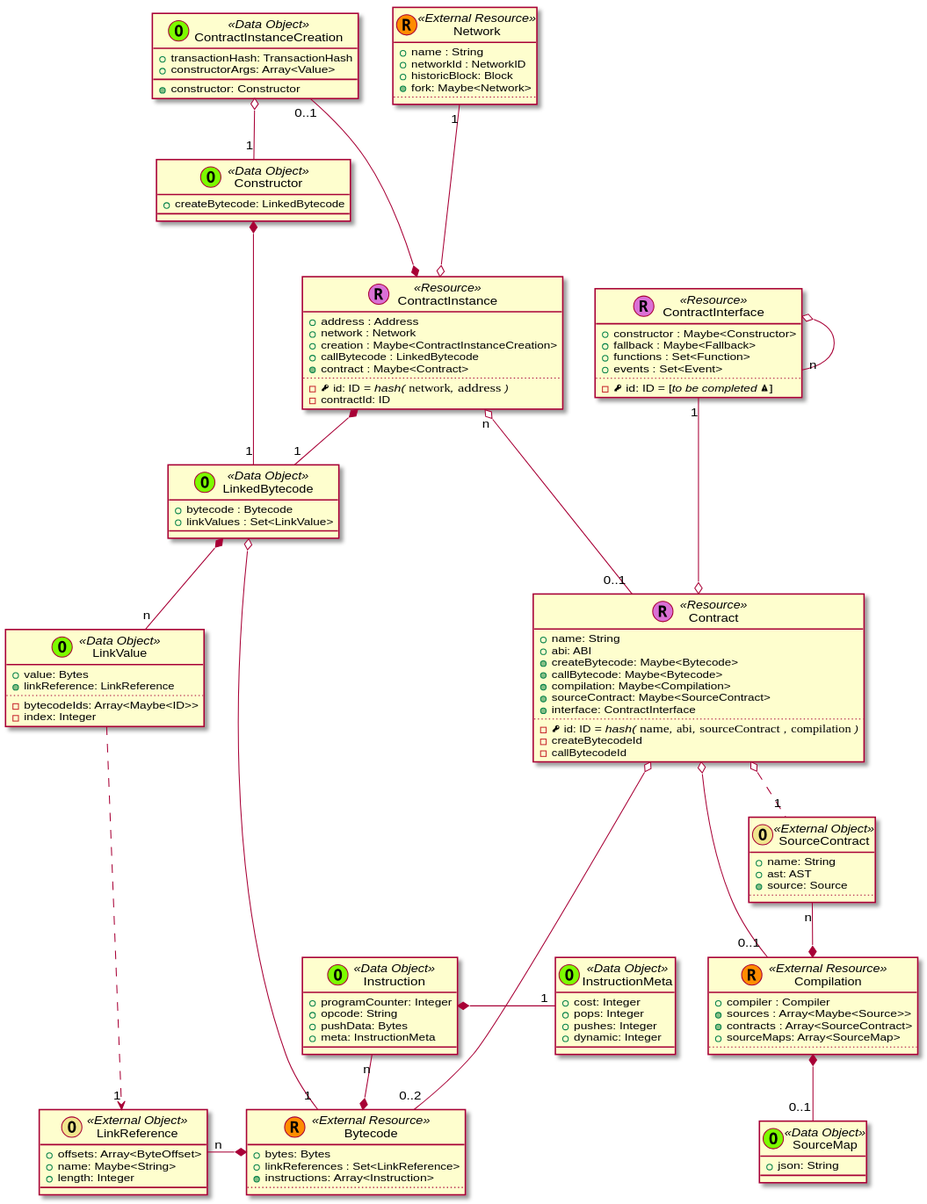
Above: _images/plantuml-b649dcaa87930366a2aff63a4e0f58b9bcdcd1de.svg in trufflesuite/artifact-updates (PlantUML), before the change. Its diagram source:
```plantuml
@startuml
scale 0.75





skinparam defaultMonospacedFontName Andale Mono





    class Contract << (R,orchid) Resource >> {
      + name: String
      + abi: ABI
      + {method} createBytecode: Maybe<Bytecode>
      + {method} callBytecode: Maybe<Bytecode>
      + {method} compilation: Maybe<Compilation>
      + {method} sourceContract: Maybe<SourceContract>
      + {method} interface: ContractInterface
      ..
      - {field} <&key> id: ID //= hash(// ""name""//,// ""abi""//,// ""sourceContract"" //,// ""compilation"" //)//
      - createBytecodeId
      - callBytecodeId
    }


  class ContractInstance << (R,orchid) Resource >> {
    + address : Address
    + network : Network
    + creation : Maybe<ContractInstanceCreation>
    + callBytecode : LinkedBytecode
    + {method} contract : Maybe<Contract>
    ..
    - {field} <&key> id: ID //= hash(// ""network""//,// ""address"" //)//
    - contractId: ID
  }

  ContractInstanceCreation "0..1" ---* ContractInstance

  class ContractInterface << (R,orchid) Resource >> {
    + constructor : Maybe<Constructor>
    + fallback : Maybe<Fallback>
    + functions : Set<Function>
    + events : Set<Event>
    ..
    - {field} <&key> id: ID = [//to be completed <&warning>//]
  }

  ContractInterface o-- "n" ContractInterface



  class Constructor << (O,lawngreen) Data Object >> {
    + createBytecode: LinkedBytecode
  }



    class Bytecode << (R,darkorange) External Resource >> {
      + bytes: Bytes
      + linkReferences : Set<LinkReference>
      + {method} instructions: Array<Instruction>
      ..
    }

    class Instruction << (O,lawngreen) Data Object >> {
      + programCounter: Integer
      + opcode: String
      + pushData: Bytes
      + meta: InstructionMeta
    }

    class InstructionMeta << (O,lawngreen) Data Object >> {
      + cost: Integer
      + pops: Integer
      + pushes: Integer
      + dynamic: Integer
    }

    Instruction *-right- "1" InstructionMeta
    Instruction "n" --* Bytecode





    class Compilation << (R,darkorange) External Resource >> {
      + compiler : Compiler
      + {method} sources : Array<Maybe<Source>>
      + {method} contracts : Array<SourceContract>
      + sourceMaps: Array<SourceMap>
      ..
    }

  SourceContract "n" --* Compilation

    class Network << (R,darkorange) External Resource >> {
      + name : String
      + networkId : NetworkID
      + historicBlock: Block
      + {method} fork: Maybe<Network>
      ..
    }








    class LinkedBytecode << (O,lawngreen) Data Object >> {
      + bytecode : Bytecode
      + linkValues : Set<LinkValue>
    }


    class ContractInstanceCreation << (O,lawngreen) Data Object >> {
      + transactionHash: TransactionHash
      + constructorArgs: Array<Value>
      + {method} constructor: Constructor
    }

    class LinkValue << (O,lawngreen) Data Object >> {
      + value: Bytes
      + {method} linkReference: LinkReference
      ..
      - bytecodeIds: Array<Maybe<ID>>
      - index: Integer
    }

    class LinkReference << (O,khaki) External Object >> {
      + offsets: Array<ByteOffset>
      + name: Maybe<String>
      + length: Integer
    }

    class SourceMap << (O,lawngreen) Data Object >> {
      + json: String
    }


    class SourceContract << (O,khaki) External Object >> {
      + name: String
      + ast: AST
      + {method} source: Source
      ..
    }









  ContractInstance "n" o--- "0..1" Contract

  Contract o-- "0..2" Bytecode

  ContractInterface "1" ---o Contract

  Contract o-- "0..1" Compilation
  Contract o.. "1" SourceContract

  LinkedBytecode o---- "1" Bytecode

  LinkedBytecode *-- "n" LinkValue

  LinkReference "n" -* Bytecode

  LinkValue ....> "1" LinkReference



  Network "1" ---o ContractInstance

  ContractInstanceCreation o-- "1" Constructor

  ContractInstance *-- "1" LinkedBytecode

  Constructor *-- "1" LinkedBytecode




  Compilation *-- "0..1" SourceMap






@enduml
```
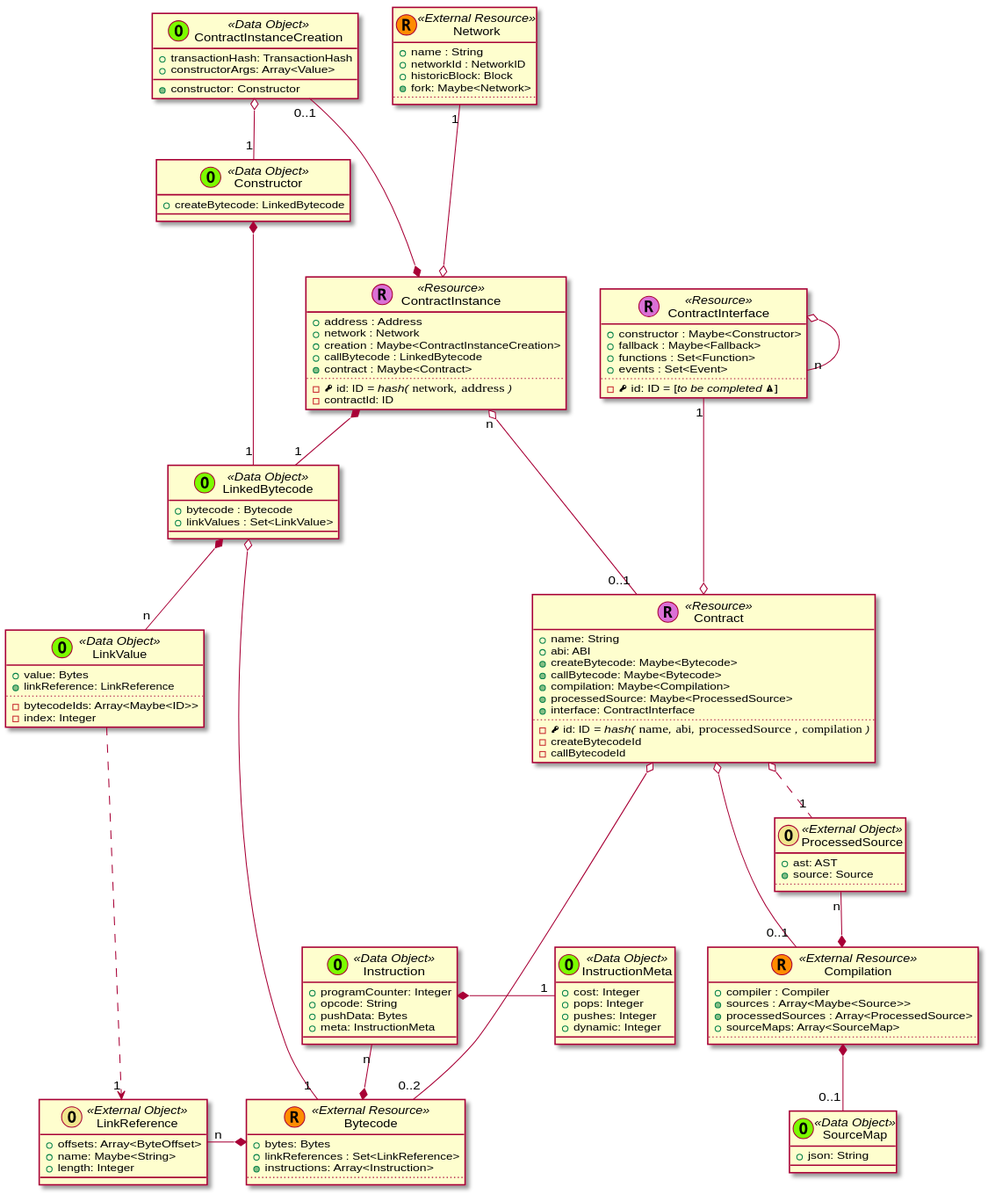
Later version of the same file.

The edit, as a diff of the source:
```diff
@@ -17,10 +17,10 @@
       + {method} createBytecode: Maybe<Bytecode>
       + {method} callBytecode: Maybe<Bytecode>
       + {method} compilation: Maybe<Compilation>
-      + {method} sourceContract: Maybe<SourceContract>
+      + {method} processedSource: Maybe<ProcessedSource>
       + {method} interface: ContractInterface
       ..
-      - {field} <&key> id: ID //= hash(// ""name""//,// ""abi""//,// ""sourceContract"" //,// ""compilation"" //)//
+      - {field} <&key> id: ID //= hash(// ""name""//,// ""abi""//,// ""processedSource"" //,// ""compilation"" //)//
       - createBytecodeId
       - callBytecodeId
     }
@@ -89,12 +89,12 @@
     class Compilation << (R,darkorange) External Resource >> {
       + compiler : Compiler
       + {method} sources : Array<Maybe<Source>>
-      + {method} contracts : Array<SourceContract>
+      + {method} processedSources : Array<ProcessedSource>
       + sourceMaps: Array<SourceMap>
       ..
     }
 
-  SourceContract "n" --* Compilation
+  ProcessedSource "n" --* Compilation
 
     class Network << (R,darkorange) External Resource >> {
       + name : String
@@ -142,8 +142,7 @@
     }
 
 
-    class SourceContract << (O,khaki) External Object >> {
-      + name: String
+    class ProcessedSource << (O,khaki) External Object >> {
       + ast: AST
       + {method} source: Source
       ..
@@ -164,7 +163,7 @@
   ContractInterface "1" ---o Contract
 
   Contract o-- "0..1" Compilation
-  Contract o.. "1" SourceContract
+  Contract o.. "1" ProcessedSource
 
   LinkedBytecode o---- "1" Bytecode
 
```
